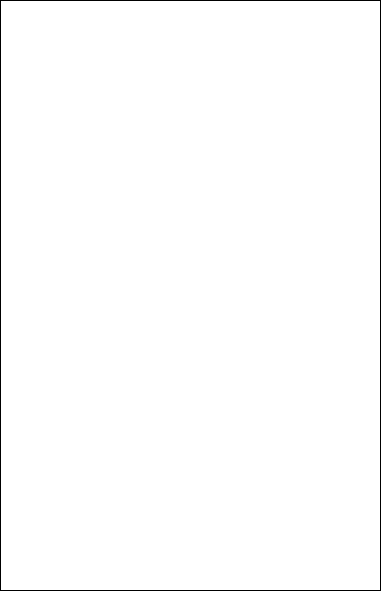
This is Week_4/Wright_UMLCaseDiagram.drawio.png from bama730/CS_3332, a draw.io export, as it was before one commit. Source tidied: cells renumbered, new cells last; positions are measured from the earlier drawing's top-left corner, leaving out a move shared by most shapes.
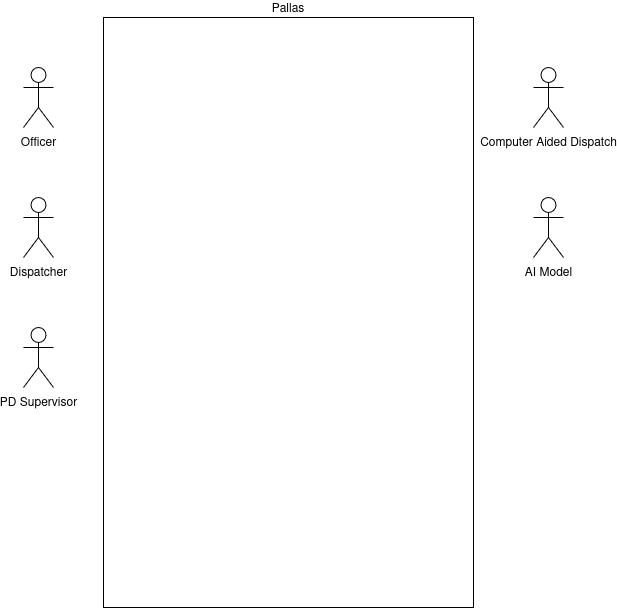
The same file after the commit.

Change to the diagram source:
```diff
@@ -2,8 +2,23 @@
   <root>
     <mxCell id="0" />
     <mxCell id="1" parent="0" />
-    <mxCell id="2" style="rounded=0;whiteSpace=wrap;html=1;" parent="1" vertex="1">
-      <mxGeometry width="380" height="590" as="geometry" />
+    <mxCell id="2" value="Pallas" style="rounded=0;whiteSpace=wrap;align=center;horizontal=1;html=1;labelPosition=center;verticalLabelPosition=top;verticalAlign=bottom;" parent="1" vertex="1">
+      <mxGeometry width="370" height="590" as="geometry" />
     </mxCell>
+    <mxCell id="3" value="Officer" style="shape=umlActor;verticalLabelPosition=bottom;verticalAlign=top;html=1;" parent="1" vertex="1">
+      <mxGeometry x="-80" y="50" width="30" height="60" as="geometry" />
+    </mxCell>
+    <mxCell id="4" value="Dispatcher" style="shape=umlActor;verticalLabelPosition=bottom;verticalAlign=top;html=1;" parent="1" vertex="1">
+      <mxGeometry x="-80" y="180" width="30" height="60" as="geometry" />
+    </mxCell>
+    <mxCell id="5" value="PD Supervisor" style="shape=umlActor;verticalLabelPosition=bottom;verticalAlign=top;html=1;" parent="1" vertex="1">
+      <mxGeometry x="-80" y="310" width="30" height="60" as="geometry" />
+    </mxCell>
+    <mxCell id="6" value="Computer Aided Dispatch" style="shape=umlActor;verticalLabelPosition=bottom;verticalAlign=top;html=1;" parent="1" vertex="1">
+      <mxGeometry x="430" y="50" width="30" height="60" as="geometry" />
+    </mxCell>
+    <mxCell id="7" value="AI Model" style="shape=umlActor;verticalLabelPosition=bottom;verticalAlign=top;html=1;" parent="1" vertex="1">
+      <mxGeometry x="430" y="180" width="30" height="60" as="geometry" />
+    </mxCell>
   </root>
 </mxGraphModel>
```
